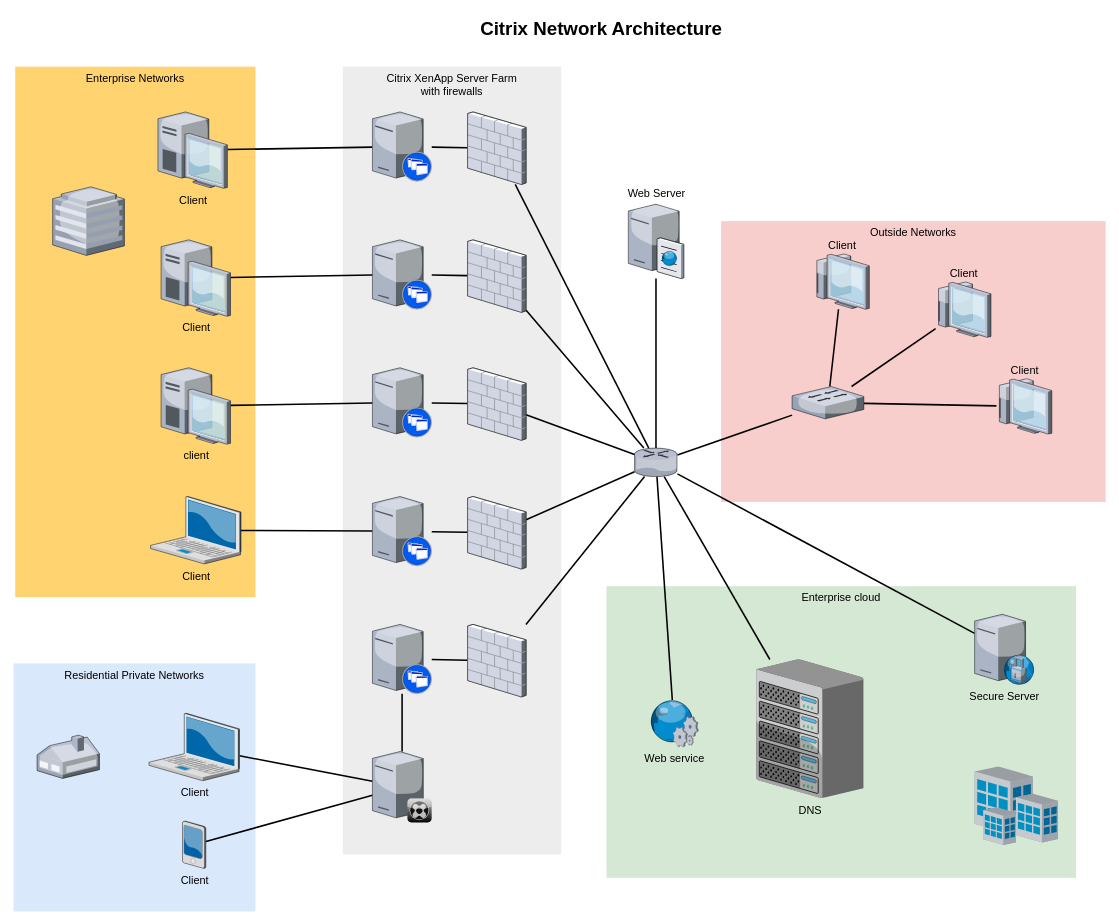
Above: Untitled Diagram.drawio in vjbarayuga/Network_Diagrams (draw.io), before the change. Source tidied: cells renumbered, new cells numbered last; positions are measured from the earlier drawing's top-left corner, leaving out a move shared by most shapes. Both pictures are drawn from the tidied source at 78%, with x=0, y=0 at pixel (13, 13).
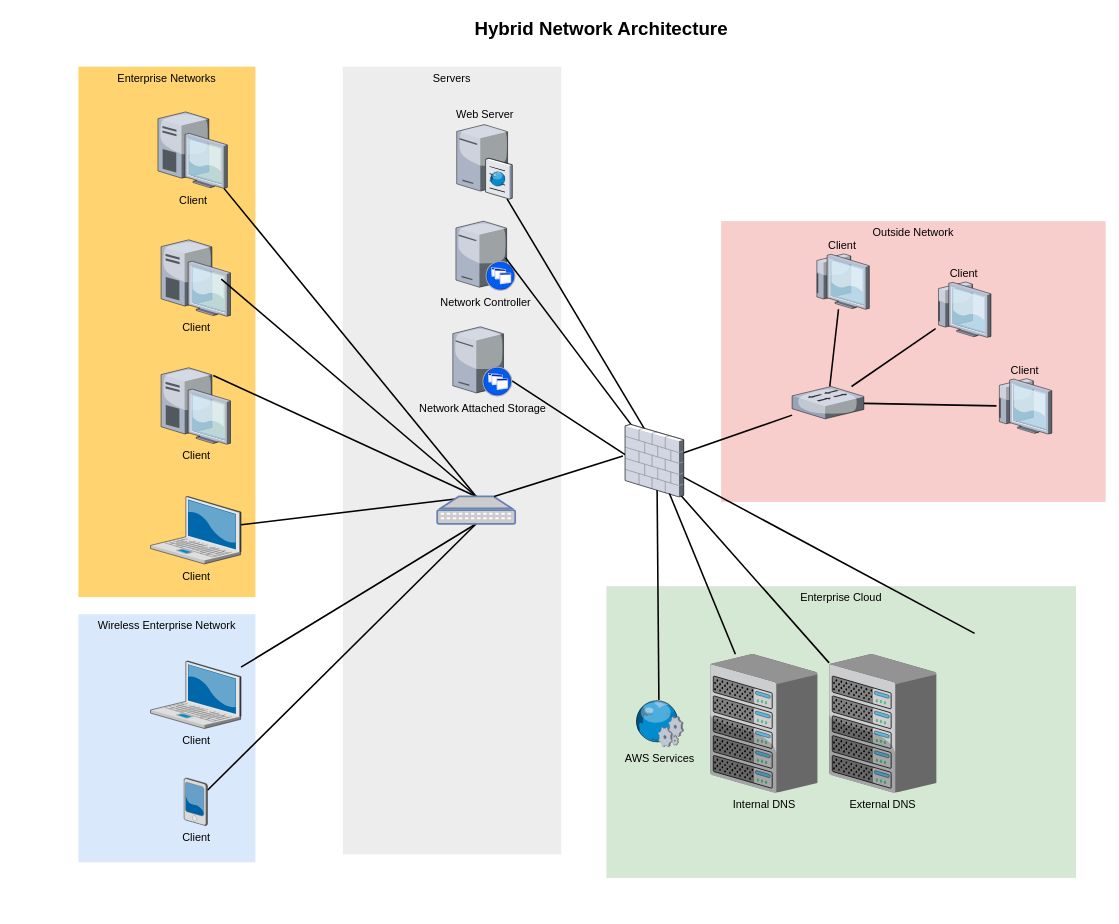
After the change.

Commit message:
Updated Network Architecture Diagram.drawio

The change refers to these unchanged cells:
```xml
<mxCell id="10" value="Client" style="verticalLabelPosition=bottom;html=1;verticalAlign=top;strokeColor=none;shape=mxgraph.citrix.laptop_2;fillColor=#66B2FF;gradientColor=#0066CC;fontSize=14;" parent="1" vertex="1">
  <mxGeometry x="175.5" y="619" width="116" height="86.5" as="geometry" />
</mxCell>
<mxCell id="14" value="Client" style="verticalLabelPosition=bottom;html=1;verticalAlign=top;strokeColor=none;shape=mxgraph.citrix.desktop;fillColor=#66B2FF;gradientColor=#0066CC;fontSize=14;" parent="1" vertex="1">
  <mxGeometry x="189" y="290" width="89" height="98" as="geometry" />
</mxCell>
<mxCell id="16" value="Client" style="verticalLabelPosition=bottom;html=1;verticalAlign=top;strokeColor=none;shape=mxgraph.citrix.desktop;fillColor=#66B2FF;gradientColor=#0066CC;fontSize=14;" parent="1" vertex="1">
  <mxGeometry x="185" y="126" width="89" height="98" as="geometry" />
</mxCell>
<mxCell id="54" style="verticalLabelPosition=bottom;html=1;verticalAlign=top;strokeColor=none;shape=mxgraph.citrix.switch;fillColor=#66B2FF;gradientColor=#0066CC;fontSize=14;" parent="1" vertex="1">
  <mxGeometry x="998" y="478" width="92" height="41.5" as="geometry" />
</mxCell>
```

Change to the diagram source:
```diff
@@
-    <mxCell id="2" value="Outside Networks" style="whiteSpace=wrap;html=1;fillColor=#f8cecc;fontSize=14;strokeColor=none;verticalAlign=top;" parent="1" vertex="1">
+    <mxCell id="2" value="Outside Network" style="whiteSpace=wrap;html=1;fillColor=#f8cecc;fontSize=14;strokeColor=none;verticalAlign=top;" parent="1" vertex="1">
       <mxGeometry x="907" y="266" width="493" height="360" as="geometry" />
     </mxCell>
-    <mxCell id="3" value="Enterprise cloud" style="whiteSpace=wrap;html=1;fillColor=#d5e8d4;fontSize=14;strokeColor=none;verticalAlign=top;" parent="1" vertex="1">
+    <mxCell id="3" value="Enterprise Cloud" style="whiteSpace=wrap;html=1;fillColor=#d5e8d4;fontSize=14;strokeColor=none;verticalAlign=top;" parent="1" vertex="1">
       <mxGeometry x="760" y="734" width="602" height="374" as="geometry" />
     </mxCell>
-    <mxCell id="4" value="Citrix XenApp Server Farm&lt;div&gt;with firewalls&lt;/div&gt;" style="whiteSpace=wrap;html=1;fillColor=#EDEDED;fontSize=14;strokeColor=none;verticalAlign=top;" parent="1" vertex="1">
+    <mxCell id="4" value="Servers" style="whiteSpace=wrap;html=1;fillColor=#EDEDED;fontSize=14;strokeColor=none;verticalAlign=top;" parent="1" vertex="1">
       <mxGeometry x="422" y="68" width="280" height="1010" as="geometry" />
     </mxCell>
-    <mxCell id="5" value="Residential Private Networks" style="whiteSpace=wrap;html=1;fillColor=#dae8fc;fontSize=14;strokeColor=none;verticalAlign=top;" parent="1" vertex="1">
-      <mxGeometry y="833" width="310" height="318" as="geometry" />
+    <mxCell id="5" value="Wireless Enterprise Network" style="whiteSpace=wrap;html=1;fillColor=#dae8fc;fontSize=14;strokeColor=none;verticalAlign=top;" parent="1" vertex="1">
+      <mxGeometry x="83" y="770" width="227" height="318" as="geometry" />
     </mxCell>
     <mxCell id="6" value="Enterprise Networks" style="whiteSpace=wrap;html=1;fillColor=#FFD470;gradientColor=none;fontSize=14;strokeColor=none;verticalAlign=top;" parent="1" vertex="1">
-      <mxGeometry x="2" y="68" width="308" height="680" as="geometry" />
+      <mxGeometry x="83" y="68" width="227" height="680" as="geometry" />
     </mxCell>
-    <mxCell id="7" style="edgeStyle=none;rounded=0;html=1;startSize=10;endSize=10;jettySize=auto;fontSize=14;endArrow=none;endFill=0;strokeWidth=2;" parent="1" edge="1" source="8" target="35">
+    <mxCell id="7" style="edgeStyle=none;rounded=0;html=1;startSize=10;endSize=10;jettySize=auto;fontSize=14;endArrow=none;endFill=0;strokeWidth=2;entryX=0.5;entryY=1;entryDx=0;entryDy=0;entryPerimeter=0;" parent="1" edge="1" source="8" target="66">
       <mxGeometry relative="1" as="geometry" />
     </mxCell>
     <mxCell id="8" value="Client" style="verticalLabelPosition=bottom;html=1;verticalAlign=top;strokeColor=none;shape=mxgraph.citrix.laptop_2;fillColor=#66B2FF;gradientColor=#0066CC;fontSize=14;" parent="1" vertex="1">
-      <mxGeometry x="173.5" y="897" width="116" height="86.5" as="geometry" />
+      <mxGeometry x="175.5" y="830" width="116" height="86.5" as="geometry" />
     </mxCell>
-    <mxCell id="9" style="edgeStyle=none;rounded=0;html=1;startSize=10;endSize=10;jettySize=auto;fontSize=14;endArrow=none;endFill=0;strokeWidth=2;" parent="1" edge="1" source="10" target="22">
+    <mxCell id="9" style="edgeStyle=none;rounded=0;html=1;startSize=10;endSize=10;jettySize=auto;fontSize=14;endArrow=none;endFill=0;strokeWidth=2;entryX=0.5;entryY=0;entryDx=0;entryDy=0;entryPerimeter=0;" parent="1" edge="1" source="10" target="66">
       <mxGeometry relative="1" as="geometry" />
     </mxCell>
@@
-    <mxCell id="11" style="edgeStyle=none;rounded=0;html=1;startSize=10;endSize=10;jettySize=auto;fontSize=14;endArrow=none;endFill=0;strokeWidth=2;" parent="1" edge="1" source="12" target="24">
+    <mxCell id="11" style="edgeStyle=none;rounded=0;html=1;startSize=10;endSize=10;jettySize=auto;fontSize=14;endArrow=none;endFill=0;strokeWidth=2;entryX=0.5;entryY=0;entryDx=0;entryDy=0;entryPerimeter=0;exitX=0.753;exitY=0.101;exitDx=0;exitDy=0;exitPerimeter=0;" parent="1" edge="1" source="12" target="66">
       <mxGeometry relative="1" as="geometry" />
     </mxCell>
-    <mxCell id="12" value="client" style="verticalLabelPosition=bottom;html=1;verticalAlign=top;strokeColor=none;shape=mxgraph.citrix.desktop;fillColor=#66B2FF;gradientColor=#0066CC;fontSize=14;" parent="1" vertex="1">
+    <mxCell id="12" value="Client" style="verticalLabelPosition=bottom;html=1;verticalAlign=top;strokeColor=none;shape=mxgraph.citrix.desktop;fillColor=#66B2FF;gradientColor=#0066CC;fontSize=14;" parent="1" vertex="1">
       <mxGeometry x="189" y="454" width="89" height="98" as="geometry" />
     </mxCell>
-    <mxCell id="13" style="edgeStyle=none;rounded=0;html=1;startSize=10;endSize=10;jettySize=auto;fontSize=14;endArrow=none;endFill=0;strokeWidth=2;" parent="1" edge="1" source="14" target="26">
+    <mxCell id="13" style="edgeStyle=none;rounded=0;html=1;startSize=10;endSize=10;jettySize=auto;fontSize=14;endArrow=none;endFill=0;strokeWidth=2;exitX=0.097;exitY=0.469;exitDx=0;exitDy=0;exitPerimeter=0;" parent="1" edge="1" source="62" target="26">
       <mxGeometry relative="1" as="geometry" />
     </mxCell>
@@
-    <mxCell id="15" style="edgeStyle=none;rounded=0;html=1;startSize=10;endSize=10;jettySize=auto;fontSize=14;endArrow=none;endFill=0;strokeWidth=2;" parent="1" edge="1" source="16" target="28">
+    <mxCell id="15" style="edgeStyle=none;rounded=0;html=1;startSize=10;endSize=10;jettySize=auto;fontSize=14;endArrow=none;endFill=0;strokeWidth=2;entryX=0.5;entryY=0;entryDx=0;entryDy=0;entryPerimeter=0;" parent="1" edge="1" source="16" target="66">
       <mxGeometry relative="1" as="geometry" />
     </mxCell>
@@
-    <mxCell id="17" style="edgeStyle=none;rounded=0;html=1;startSize=10;endSize=10;jettySize=auto;fontSize=14;endArrow=none;endFill=0;strokeWidth=2;" parent="1" edge="1" source="18" target="35">
+    <mxCell id="17" style="edgeStyle=none;rounded=0;html=1;startSize=10;endSize=10;jettySize=auto;fontSize=14;endArrow=none;endFill=0;strokeWidth=2;entryX=0.5;entryY=1;entryDx=0;entryDy=0;entryPerimeter=0;" parent="1" edge="1" source="18" target="66">
       <mxGeometry relative="1" as="geometry" />
     </mxCell>
     <mxCell id="18" value="Client" style="verticalLabelPosition=bottom;html=1;verticalAlign=top;strokeColor=none;shape=mxgraph.citrix.pda;fillColor=#66B2FF;gradientColor=#0066CC;fontSize=14;" parent="1" vertex="1">
-      <mxGeometry x="216.5" y="1035" width="30" height="61" as="geometry" />
+      <mxGeometry x="218.5" y="980" width="30" height="61" as="geometry" />
     </mxCell>
-    <mxCell id="19" style="edgeStyle=none;rounded=0;html=1;startSize=10;endSize=10;jettySize=auto;fontSize=14;endArrow=none;endFill=0;strokeWidth=2;" parent="1" edge="1" source="20" target="47">
-      <mxGeometry relative="1" as="geometry" />
-    </mxCell>
-    <mxCell id="20" style="verticalLabelPosition=bottom;html=1;verticalAlign=top;strokeColor=none;shape=mxgraph.citrix.xenapp_server;fillColor=#66B2FF;gradientColor=#0066CC;fontSize=14;" parent="1" vertex="1">
-      <mxGeometry x="460" y="783" width="76" height="89" as="geometry" />
-    </mxCell>
-    <mxCell id="21" style="edgeStyle=none;rounded=0;html=1;startSize=10;endSize=10;jettySize=auto;fontSize=14;endArrow=none;endFill=0;strokeWidth=2;" parent="1" edge="1" source="22" target="45">
-      <mxGeometry relative="1" as="geometry" />
-    </mxCell>
-    <mxCell id="22" style="verticalLabelPosition=bottom;html=1;verticalAlign=top;strokeColor=none;shape=mxgraph.citrix.xenapp_server;fillColor=#66B2FF;gradientColor=#0066CC;fontSize=14;" parent="1" vertex="1">
-      <mxGeometry x="460" y="619" width="76" height="89" as="geometry" />
-    </mxCell>
-    <mxCell id="23" style="edgeStyle=none;rounded=0;html=1;startSize=10;endSize=10;jettySize=auto;fontSize=14;endArrow=none;endFill=0;strokeWidth=2;" parent="1" edge="1" source="24" target="43">
-      <mxGeometry relative="1" as="geometry" />
-    </mxCell>
-    <mxCell id="24" style="verticalLabelPosition=bottom;html=1;verticalAlign=top;strokeColor=none;shape=mxgraph.citrix.xenapp_server;fillColor=#66B2FF;gradientColor=#0066CC;fontSize=14;" parent="1" vertex="1">
-      <mxGeometry x="460" y="454" width="76" height="89" as="geometry" />
-    </mxCell>
-    <mxCell id="25" style="edgeStyle=none;rounded=0;html=1;startSize=10;endSize=10;jettySize=auto;fontSize=14;endArrow=none;endFill=0;strokeWidth=2;" parent="1" edge="1" source="26" target="41">
-      <mxGeometry relative="1" as="geometry" />
-    </mxCell>
-    <mxCell id="26" style="verticalLabelPosition=bottom;html=1;verticalAlign=top;strokeColor=none;shape=mxgraph.citrix.xenapp_server;fillColor=#66B2FF;gradientColor=#0066CC;fontSize=14;" parent="1" vertex="1">
-      <mxGeometry x="460" y="290" width="76" height="89" as="geometry" />
+    <mxCell id="26" value="Network Attached Storage" style="verticalLabelPosition=bottom;html=1;verticalAlign=top;strokeColor=none;shape=mxgraph.citrix.xenapp_server;fillColor=#66B2FF;gradientColor=#0066CC;fontSize=14;" parent="1" vertex="1">
+      <mxGeometry x="563" y="401.5" width="76" height="89" as="geometry" />
     </mxCell>
-    <mxCell id="27" style="edgeStyle=none;rounded=0;html=1;startSize=10;endSize=10;jettySize=auto;fontSize=14;endArrow=none;endFill=0;strokeWidth=2;" parent="1" edge="1" source="28" target="39">
-      <mxGeometry relative="1" as="geometry" />
-    </mxCell>
-    <mxCell id="28" style="verticalLabelPosition=bottom;html=1;verticalAlign=top;strokeColor=none;shape=mxgraph.citrix.xenapp_server;fillColor=#66B2FF;gradientColor=#0066CC;fontSize=14;" parent="1" vertex="1">
-      <mxGeometry x="460" y="126" width="76" height="89" as="geometry" />
+    <mxCell id="28" value="Network Controller" style="verticalLabelPosition=bottom;html=1;verticalAlign=top;strokeColor=none;shape=mxgraph.citrix.xenapp_server;fillColor=#66B2FF;gradientColor=#0066CC;fontSize=14;" parent="1" vertex="1">
+      <mxGeometry x="567" y="266" width="76" height="89" as="geometry" />
     </mxCell>
-    <mxCell id="29" style="edgeStyle=none;rounded=0;html=1;startSize=10;endSize=10;jettySize=auto;fontSize=14;endArrow=none;endFill=0;strokeWidth=2;" parent="1" edge="1" source="33" target="37">
-      <mxGeometry relative="1" as="geometry" />
+    <mxCell id="29" style="edgeStyle=none;rounded=0;html=1;startSize=10;endSize=10;jettySize=auto;fontSize=14;endArrow=none;endFill=0;strokeWidth=2;" parent="1" edge="1" target="37">
+      <mxGeometry relative="1" as="geometry">
+        <mxPoint x="834" y="593.5" as="sourcePoint" />
+      </mxGeometry>
     </mxCell>
-    <mxCell id="30" style="edgeStyle=none;rounded=0;html=1;startSize=10;endSize=10;jettySize=auto;fontSize=14;endArrow=none;endFill=0;strokeWidth=2;" parent="1" edge="1" source="33" target="36">
-      <mxGeometry relative="1" as="geometry" />
+    <mxCell id="30" style="edgeStyle=none;rounded=0;html=1;startSize=10;endSize=10;jettySize=auto;fontSize=14;endArrow=none;endFill=0;strokeWidth=2;" parent="1" edge="1" target="36">
+      <mxGeometry relative="1" as="geometry">
+        <mxPoint x="823.5" y="557" as="sourcePoint" />
+      </mxGeometry>
     </mxCell>
-    <mxCell id="31" style="edgeStyle=none;rounded=0;html=1;startSize=10;endSize=10;jettySize=auto;fontSize=14;endArrow=none;endFill=0;strokeWidth=2;" parent="1" edge="1" source="33" target="54">
-      <mxGeometry relative="1" as="geometry" />
+    <mxCell id="31" style="edgeStyle=none;rounded=0;html=1;startSize=10;endSize=10;jettySize=auto;fontSize=14;endArrow=none;endFill=0;strokeWidth=2;" parent="1" edge="1" target="54">
+      <mxGeometry relative="1" as="geometry">
+        <mxPoint x="851" y="565.7" as="sourcePoint" />
+      </mxGeometry>
     </mxCell>
-    <mxCell id="32" style="edgeStyle=none;rounded=0;html=1;startSize=10;endSize=10;jettySize=auto;fontSize=14;endArrow=none;endFill=0;strokeWidth=2;" parent="1" edge="1" source="33" target="50">
-      <mxGeometry relative="1" as="geometry" />
+    <mxCell id="32" style="edgeStyle=none;rounded=0;html=1;startSize=10;endSize=10;jettySize=auto;orthogonalLoop=1;fontSize=14;endArrow=none;endFill=0;strokeWidth=2;" parent="1" edge="1">
+      <mxGeometry relative="1" as="geometry">
+        <mxPoint x="851" y="590" as="sourcePoint" />
+        <mxPoint x="1232" y="794.5" as="targetPoint" />
+      </mxGeometry>
     </mxCell>
-    <mxCell id="33" style="verticalLabelPosition=bottom;html=1;verticalAlign=top;strokeColor=none;shape=mxgraph.citrix.router;fillColor=#66B2FF;gradientColor=#0066CC;fontSize=14;" parent="1" vertex="1">
-      <mxGeometry x="796" y="557" width="55" height="36.5" as="geometry" />
-    </mxCell>
-    <mxCell id="34" style="edgeStyle=none;rounded=0;html=1;startSize=10;endSize=10;jettySize=auto;fontSize=14;endArrow=none;endFill=0;strokeWidth=2;" parent="1" edge="1" source="35" target="20">
-      <mxGeometry relative="1" as="geometry" />
-    </mxCell>
-    <mxCell id="35" style="verticalLabelPosition=bottom;html=1;verticalAlign=top;strokeColor=none;shape=mxgraph.citrix.xenclient_synchronizer;fillColor=#CCCCCC;gradientColor=#000000;gradientDirection=south;fontSize=14;" parent="1" vertex="1">
-      <mxGeometry x="460" y="946" width="76" height="91" as="geometry" />
-    </mxCell>
     <mxCell id="36" value="Web Server" style="verticalLabelPosition=top;html=1;verticalAlign=bottom;strokeColor=none;shape=mxgraph.citrix.cache_server;fillColor=#66B2FF;gradientColor=#0066CC;fontSize=14;labelPosition=center;align=center;" parent="1" vertex="1">
-      <mxGeometry x="788" y="242" width="71" height="97.5" as="geometry" />
+      <mxGeometry x="568" y="140" width="71" height="97.5" as="geometry" />
     </mxCell>
-    <mxCell id="37" value="DNS" style="verticalLabelPosition=bottom;html=1;verticalAlign=top;strokeColor=none;shape=mxgraph.citrix.chassis;fillColor=#66B2FF;gradientColor=#0066CC;fontSize=14;" parent="1" vertex="1">
-      <mxGeometry x="952" y="828" width="137.5" height="177.5" as="geometry" />
+    <mxCell id="37" value="External DNS" style="verticalLabelPosition=bottom;html=1;verticalAlign=top;strokeColor=none;shape=mxgraph.citrix.chassis;fillColor=#66B2FF;gradientColor=#0066CC;fontSize=14;" parent="1" vertex="1">
+      <mxGeometry x="1045.5" y="821.2" width="137.5" height="177.5" as="geometry" />
     </mxCell>
-    <mxCell id="38" style="edgeStyle=none;rounded=0;html=1;startSize=10;endSize=10;jettySize=auto;fontSize=14;endArrow=none;endFill=0;strokeWidth=2;" parent="1" edge="1" source="39" target="33">
-      <mxGeometry relative="1" as="geometry" />
+    <mxCell id="38" style="edgeStyle=none;rounded=0;html=1;startSize=10;endSize=10;jettySize=auto;fontSize=14;endArrow=none;endFill=0;strokeWidth=2;exitX=0.837;exitY=0.528;exitDx=0;exitDy=0;exitPerimeter=0;" parent="1" edge="1" source="28">
+      <mxGeometry relative="1" as="geometry">
+        <mxPoint x="814.3" y="557" as="targetPoint" />
+      </mxGeometry>
     </mxCell>
-    <mxCell id="39" style="verticalLabelPosition=bottom;html=1;verticalAlign=top;strokeColor=none;shape=mxgraph.citrix.firewall;fillColor=#66B2FF;gradientColor=#0066CC;fontSize=14;" parent="1" vertex="1">
-      <mxGeometry x="582" y="126" width="75" height="93" as="geometry" />
-    </mxCell>
-    <mxCell id="40" style="edgeStyle=none;rounded=0;html=1;startSize=10;endSize=10;jettySize=auto;fontSize=14;endArrow=none;endFill=0;strokeWidth=2;" parent="1" edge="1" source="41" target="33">
-      <mxGeometry relative="1" as="geometry" />
-    </mxCell>
-    <mxCell id="41" style="verticalLabelPosition=bottom;html=1;verticalAlign=top;strokeColor=none;shape=mxgraph.citrix.firewall;fillColor=#66B2FF;gradientColor=#0066CC;fontSize=14;" parent="1" vertex="1">
-      <mxGeometry x="582" y="290" width="75" height="93" as="geometry" />
-    </mxCell>
-    <mxCell id="42" style="edgeStyle=none;rounded=0;html=1;startSize=10;endSize=10;jettySize=auto;fontSize=14;endArrow=none;endFill=0;strokeWidth=2;" parent="1" edge="1" source="43" target="33">
-      <mxGeometry relative="1" as="geometry" />
-    </mxCell>
-    <mxCell id="43" style="verticalLabelPosition=bottom;html=1;verticalAlign=top;strokeColor=none;shape=mxgraph.citrix.firewall;fillColor=#66B2FF;gradientColor=#0066CC;fontSize=14;" parent="1" vertex="1">
-      <mxGeometry x="582" y="454" width="75" height="93" as="geometry" />
-    </mxCell>
-    <mxCell id="44" style="edgeStyle=none;rounded=0;html=1;startSize=10;endSize=10;jettySize=auto;fontSize=14;endArrow=none;endFill=0;strokeWidth=2;" parent="1" edge="1" source="45" target="33">
-      <mxGeometry relative="1" as="geometry" />
-    </mxCell>
-    <mxCell id="45" style="verticalLabelPosition=bottom;html=1;verticalAlign=top;strokeColor=none;shape=mxgraph.citrix.firewall;fillColor=#66B2FF;gradientColor=#0066CC;fontSize=14;" parent="1" vertex="1">
-      <mxGeometry x="582" y="619" width="75" height="93" as="geometry" />
-    </mxCell>
-    <mxCell id="46" style="edgeStyle=none;rounded=0;html=1;startSize=10;endSize=10;jettySize=auto;fontSize=14;endArrow=none;endFill=0;strokeWidth=2;" parent="1" edge="1" source="47" target="33">
-      <mxGeometry relative="1" as="geometry" />
-    </mxCell>
-    <mxCell id="47" style="verticalLabelPosition=bottom;html=1;verticalAlign=top;strokeColor=none;shape=mxgraph.citrix.firewall;fillColor=#66B2FF;gradientColor=#0066CC;fontSize=14;" parent="1" vertex="1">
-      <mxGeometry x="582" y="783" width="75" height="93" as="geometry" />
-    </mxCell>
-    <mxCell id="48" style="verticalLabelPosition=bottom;html=1;verticalAlign=top;strokeColor=none;shape=mxgraph.citrix.home_office;fillColor=#66B2FF;gradientColor=#0066CC;fontSize=14;" parent="1" vertex="1">
-      <mxGeometry x="30" y="925" width="80" height="55.5" as="geometry" />
-    </mxCell>
-    <mxCell id="49" style="verticalLabelPosition=bottom;html=1;verticalAlign=top;strokeColor=none;shape=mxgraph.citrix.hq_enterprise;fillColor=#66B2FF;gradientColor=#0066CC;fontSize=14;" parent="1" vertex="1">
-      <mxGeometry x="50" y="222" width="92" height="88" as="geometry" />
-    </mxCell>
-    <mxCell id="50" value="Secure Server" style="verticalLabelPosition=bottom;html=1;verticalAlign=top;strokeColor=none;shape=mxgraph.citrix.proxy_server;fillColor=#66B2FF;gradientColor=#0066CC;fontSize=14;" parent="1" vertex="1">
-      <mxGeometry x="1232" y="770" width="76.5" height="90" as="geometry" />
-    </mxCell>
@@
-    <mxCell id="58" style="edgeStyle=none;rounded=0;html=1;startSize=10;endSize=10;jettySize=auto;fontSize=14;endArrow=none;endFill=0;strokeWidth=2;" parent="1" edge="1" source="59" target="33">
-      <mxGeometry relative="1" as="geometry" />
+    <mxCell id="58" style="edgeStyle=none;rounded=0;html=1;startSize=10;endSize=10;jettySize=auto;fontSize=14;endArrow=none;endFill=0;strokeWidth=2;" parent="1" edge="1" source="59">
+      <mxGeometry relative="1" as="geometry">
+        <mxPoint x="824.8" y="593.5" as="targetPoint" />
+      </mxGeometry>
     </mxCell>
-    <mxCell id="59" value="Web service" style="verticalLabelPosition=bottom;html=1;verticalAlign=top;strokeColor=none;shape=mxgraph.citrix.web_service;fillColor=#66B2FF;gradientColor=#0066CC;fontSize=14;" parent="1" vertex="1">
-      <mxGeometry x="815" y="880" width="63" height="60" as="geometry" />
+    <mxCell id="59" value="AWS Services" style="verticalLabelPosition=bottom;html=1;verticalAlign=top;strokeColor=none;shape=mxgraph.citrix.web_service;fillColor=#66B2FF;gradientColor=#0066CC;fontSize=14;" parent="1" vertex="1">
+      <mxGeometry x="796" y="880" width="63" height="60" as="geometry" />
     </mxCell>
-    <mxCell id="60" style="verticalLabelPosition=bottom;html=1;verticalAlign=top;strokeColor=none;shape=mxgraph.citrix.site;fillColor=#66B2FF;gradientColor=#0066CC;fontSize=14;" parent="1" vertex="1">
-      <mxGeometry x="1232" y="965" width="107" height="101" as="geometry" />
-    </mxCell>
-    <mxCell id="61" value="Citrix Network Architecture" style="text;strokeColor=none;fillColor=none;html=1;fontSize=24;fontStyle=1;verticalAlign=middle;align=center;" parent="1" vertex="1">
+    <mxCell id="61" value="Hybrid Network Architecture" style="text;strokeColor=none;fillColor=none;html=1;fontSize=24;fontStyle=1;verticalAlign=middle;align=center;" parent="1" vertex="1">
       <mxGeometry x="322" width="861" height="40" as="geometry" />
     </mxCell>
+    <mxCell id="62" style="verticalLabelPosition=bottom;html=1;verticalAlign=top;strokeColor=none;shape=mxgraph.citrix.firewall;fillColor=#66B2FF;gradientColor=#0066CC;fontSize=14;" parent="1" vertex="1">
+      <mxGeometry x="784" y="526.5" width="75" height="93" as="geometry" />
+    </mxCell>
+    <mxCell id="63" value="Internal DNS" style="verticalLabelPosition=bottom;html=1;verticalAlign=top;strokeColor=none;shape=mxgraph.citrix.chassis;fillColor=#66B2FF;gradientColor=#0066CC;fontSize=14;" parent="1" vertex="1">
+      <mxGeometry x="893" y="821.2" width="137.5" height="177.5" as="geometry" />
+    </mxCell>
+    <mxCell id="64" style="edgeStyle=none;rounded=0;html=1;startSize=10;endSize=10;jettySize=auto;fontSize=14;endArrow=none;endFill=0;strokeWidth=2;exitX=0.756;exitY=0.954;exitDx=0;exitDy=0;exitPerimeter=0;" parent="1" edge="1" source="62" target="63">
+      <mxGeometry relative="1" as="geometry" />
+    </mxCell>
+    <mxCell id="65" style="edgeStyle=none;rounded=0;html=1;startSize=10;endSize=10;jettySize=auto;fontSize=14;endArrow=none;endFill=0;strokeWidth=2;entryX=0.5;entryY=0;entryDx=0;entryDy=0;entryPerimeter=0;exitX=0.867;exitY=0.513;exitDx=0;exitDy=0;exitPerimeter=0;" parent="1" edge="1" source="14" target="66">
+      <mxGeometry relative="1" as="geometry" />
+    </mxCell>
+    <mxCell id="66" style="fontColor=#0066CC;verticalAlign=top;verticalLabelPosition=bottom;labelPosition=center;align=center;html=1;outlineConnect=0;fillColor=#CCCCCC;strokeColor=#6881B3;gradientColor=none;gradientDirection=north;strokeWidth=2;shape=mxgraph.networks.patch_panel;" parent="1" vertex="1">
+      <mxGeometry x="543" y="619" width="100" height="35" as="geometry" />
+    </mxCell>
+    <mxCell id="67" style="edgeStyle=none;rounded=0;html=1;startSize=10;endSize=10;jettySize=auto;fontSize=14;endArrow=none;endFill=0;strokeWidth=2;exitX=-0.038;exitY=0.437;exitDx=0;exitDy=0;exitPerimeter=0;entryX=0.73;entryY=0;entryDx=0;entryDy=0;entryPerimeter=0;" parent="1" edge="1" source="62" target="66">
+      <mxGeometry relative="1" as="geometry" />
+    </mxCell>
```
